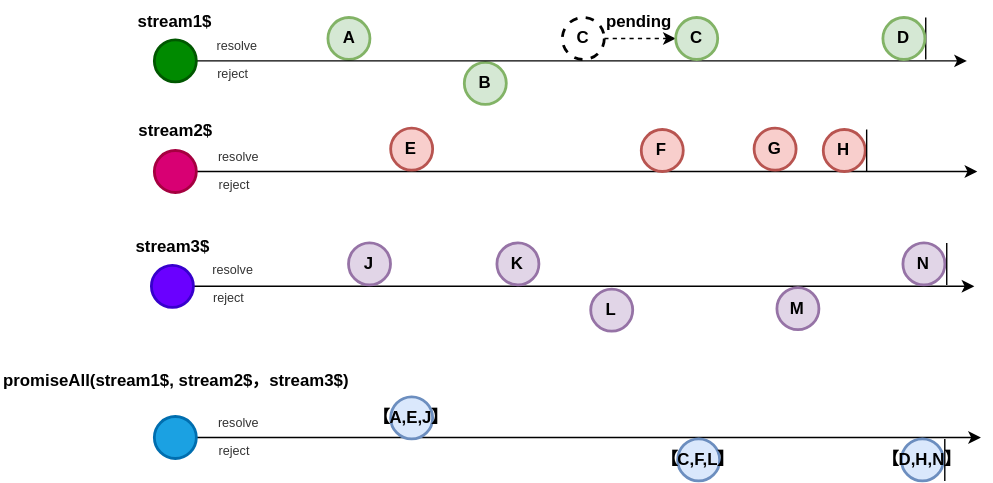
fluthjs/fluth-doc keeps this draw.io diagram as docs/public/promiseAll.drawio.svg. Above is the earlier version. Source tidied: cells renumbered, new cells last; positions are measured from the earlier drawing's top-left corner, leaving out a move shared by most shapes.
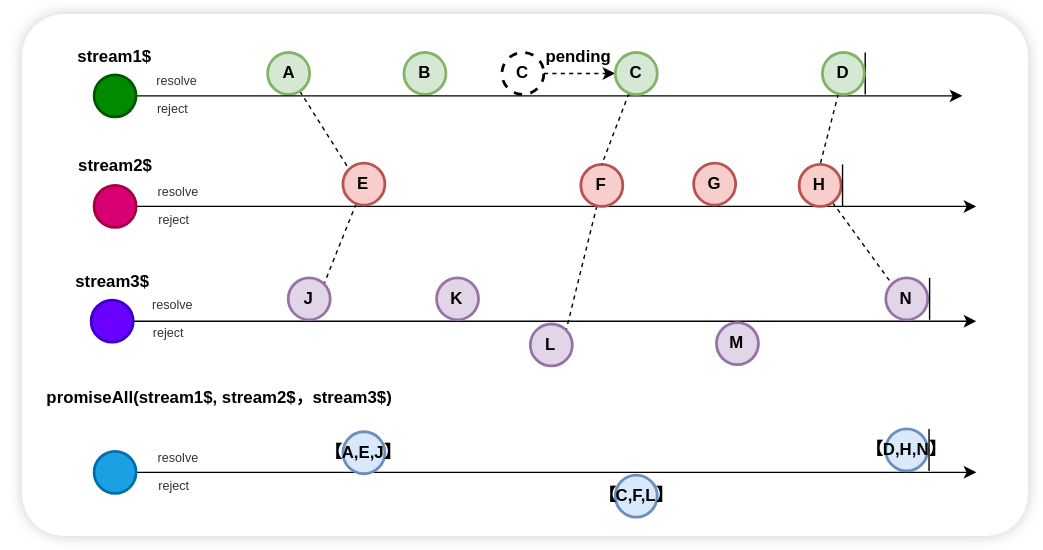
Above is the later version.

Change to the diagram source:
```diff
@@ -2,9 +2,12 @@
   <root>
     <mxCell id="0" />
     <mxCell id="1" parent="0" />
+    <mxCell id="45" style="rounded=1;whiteSpace=wrap;html=1;fontFamily=Helvetica;fontSize=11;fontColor=default;labelBackgroundColor=default;arcSize=8;shadow=1;glass=0;strokeColor=none;shadowOffsetX=0;shadowOffsetY=0;shadowBlur=5;shadowColor=#333333;" parent="1" vertex="1">
+      <mxGeometry x="58.1" y="-15.5" width="718.9" height="373" as="geometry" />
+    </mxCell>
     <mxCell id="2" style="edgeStyle=orthogonalEdgeStyle;rounded=0;jettySize=auto;html=1;exitX=1;exitY=0.5;exitDx=0;exitDy=0;" parent="1" edge="1" source="5">
       <mxGeometry relative="1" as="geometry">
-        <mxPoint x="697.4" y="122" as="targetPoint" />
+        <mxPoint x="740" y="122" as="targetPoint" />
         <Array as="points">
           <mxPoint x="149.4" y="122" />
         </Array>
@@ -19,11 +22,14 @@
     <mxCell id="5" style="ellipse;whiteSpace=wrap;html=1;strokeWidth=2;fontStyle=1;fillColor=#d80073;fontColor=#ffffff;strokeColor=#A50040;" parent="1" vertex="1">
       <mxGeometry x="109.6" y="107" width="30" height="30" as="geometry" />
     </mxCell>
+    <mxCell id="46" style="html=1;entryX=0;entryY=0;entryDx=0;entryDy=0;endArrow=none;endFill=0;dashed=1;" parent="1" edge="1" source="6" target="10">
+      <mxGeometry relative="1" as="geometry" />
+    </mxCell>
     <mxCell id="6" value="A" style="ellipse;whiteSpace=wrap;html=1;strokeWidth=2;fontStyle=1;fillColor=#d5e8d4;strokeColor=#82b366;" parent="1" vertex="1">
       <mxGeometry x="233.6" y="12" width="30" height="30" as="geometry" />
     </mxCell>
     <mxCell id="7" value="B" style="ellipse;whiteSpace=wrap;html=1;strokeWidth=2;fontStyle=1;fillColor=#d5e8d4;strokeColor=#82b366;" parent="1" vertex="1">
-      <mxGeometry x="331" y="44" width="30" height="30" as="geometry" />
+      <mxGeometry x="331" y="12" width="30" height="30" as="geometry" />
     </mxCell>
     <mxCell id="8" style="edgeStyle=none;html=1;entryX=0;entryY=0.5;entryDx=0;entryDy=0;dashed=1;" parent="1" edge="1" source="9" target="43">
       <mxGeometry relative="1" as="geometry" />
@@ -31,14 +37,23 @@
     <mxCell id="9" value="C" style="ellipse;whiteSpace=wrap;html=1;strokeWidth=2;fontStyle=1;dashed=1;" parent="1" vertex="1">
       <mxGeometry x="401" y="12" width="30" height="30" as="geometry" />
     </mxCell>
+    <mxCell id="47" style="html=1;entryX=1;entryY=0;entryDx=0;entryDy=0;endArrow=none;endFill=0;dashed=1;" parent="1" edge="1" source="10" target="35">
+      <mxGeometry relative="1" as="geometry" />
+    </mxCell>
     <mxCell id="10" value="E" style="ellipse;whiteSpace=wrap;html=1;strokeWidth=2;fontStyle=1;fillColor=#f8cecc;strokeColor=#b85450;" parent="1" vertex="1">
-      <mxGeometry x="278.4" y="91" width="30" height="30" as="geometry" />
+      <mxGeometry x="287.4" y="91" width="30" height="30" as="geometry" />
     </mxCell>
+    <mxCell id="48" style="html=1;entryX=1;entryY=0;entryDx=0;entryDy=0;dashed=1;endArrow=none;endFill=0;" parent="1" edge="1" source="11" target="39">
+      <mxGeometry relative="1" as="geometry" />
+    </mxCell>
     <mxCell id="11" value="F" style="ellipse;whiteSpace=wrap;html=1;strokeWidth=2;fontStyle=1;fillColor=#f8cecc;strokeColor=#b85450;" parent="1" vertex="1">
       <mxGeometry x="457.4" y="92" width="30" height="30" as="geometry" />
     </mxCell>
+    <mxCell id="49" style="html=1;entryX=0;entryY=0;entryDx=0;entryDy=0;dashed=1;endArrow=none;endFill=0;" parent="1" edge="1" source="12" target="41">
+      <mxGeometry relative="1" as="geometry" />
+    </mxCell>
     <mxCell id="12" value="H" style="ellipse;whiteSpace=wrap;html=1;strokeWidth=2;fontStyle=1;fillColor=#f8cecc;strokeColor=#b85450;" parent="1" vertex="1">
-      <mxGeometry x="587.4" y="92" width="30" height="30" as="geometry" />
+      <mxGeometry x="613.4" y="92" width="30" height="30" as="geometry" />
     </mxCell>
     <mxCell id="13" style="endArrow=none;html=1;rounded=0;strokeWidth=1;" parent="1" edge="1">
       <mxGeometry relative="1" as="geometry">
@@ -48,34 +63,34 @@
     </mxCell>
     <mxCell id="14" style="endArrow=none;html=1;rounded=0;strokeWidth=1;" parent="1" edge="1">
       <mxGeometry relative="1" as="geometry">
-        <mxPoint x="618.4" y="122" as="sourcePoint" />
-        <mxPoint x="618.4" y="92" as="targetPoint" />
+        <mxPoint x="644.4" y="122" as="sourcePoint" />
+        <mxPoint x="644.4" y="92" as="targetPoint" />
       </mxGeometry>
     </mxCell>
     <mxCell id="15" value="promiseAll(stream1$, stream2$，stream3$)" style="text;whiteSpace=wrap;strokeWidth=1;fontStyle=1;" parent="1" vertex="1">
-      <mxGeometry y="258" width="260" height="32" as="geometry" />
+      <mxGeometry x="74" y="245" width="260" height="32" as="geometry" />
     </mxCell>
     <mxCell id="16" style="edgeStyle=orthogonalEdgeStyle;rounded=0;jettySize=auto;html=1;" parent="1" edge="1" source="17">
       <mxGeometry relative="1" as="geometry">
-        <mxPoint x="700" y="312" as="targetPoint" />
+        <mxPoint x="740" y="312" as="targetPoint" />
       </mxGeometry>
     </mxCell>
     <mxCell id="17" style="ellipse;whiteSpace=wrap;html=1;strokeWidth=2;fontStyle=1;fillColor=#1ba1e2;fontColor=#ffffff;strokeColor=#006EAF;" parent="1" vertex="1">
       <mxGeometry x="109.6" y="297" width="30" height="30" as="geometry" />
     </mxCell>
     <mxCell id="18" value="&lt;span style=&quot;color: rgb(0, 0, 0);&quot;&gt;【A,E,J】&lt;/span&gt;" style="ellipse;whiteSpace=wrap;html=1;strokeWidth=2;fontStyle=1;fillColor=#dae8fc;strokeColor=#6c8ebf;" parent="1" vertex="1">
-      <mxGeometry x="278.4" y="283" width="30" height="30" as="geometry" />
+      <mxGeometry x="287.4" y="283" width="30" height="30" as="geometry" />
     </mxCell>
     <mxCell id="19" value="&lt;span style=&quot;color: rgb(0, 0, 0);&quot;&gt;【C,F,L】&lt;/span&gt;" style="ellipse;whiteSpace=wrap;html=1;strokeWidth=2;fontStyle=1;fillColor=#dae8fc;strokeColor=#6c8ebf;" parent="1" vertex="1">
-      <mxGeometry x="483.4" y="313" width="30" height="30" as="geometry" />
+      <mxGeometry x="482" y="314" width="30" height="30" as="geometry" />
     </mxCell>
     <mxCell id="20" value="&lt;span style=&quot;color: rgb(0, 0, 0);&quot;&gt;【D,H,N】&lt;/span&gt;" style="ellipse;whiteSpace=wrap;html=1;strokeWidth=2;fontStyle=1;fillColor=#dae8fc;strokeColor=#6c8ebf;" parent="1" vertex="1">
-      <mxGeometry x="643.2" y="313" width="30" height="30" as="geometry" />
+      <mxGeometry x="675.2" y="281" width="30" height="30" as="geometry" />
     </mxCell>
     <mxCell id="21" style="endArrow=none;html=1;rounded=0;strokeWidth=1;" parent="1" edge="1">
       <mxGeometry relative="1" as="geometry">
-        <mxPoint x="674.2" y="343" as="sourcePoint" />
-        <mxPoint x="674.2" y="313" as="targetPoint" />
+        <mxPoint x="706.2" y="311" as="sourcePoint" />
+        <mxPoint x="706.2" y="281" as="targetPoint" />
       </mxGeometry>
     </mxCell>
     <mxCell id="22" value="resolve" style="text;html=1;align=center;verticalAlign=middle;whiteSpace=wrap;rounded=0;fontSize=9;fontColor=#333333;" parent="1" vertex="1">
@@ -86,7 +101,7 @@
     </mxCell>
     <mxCell id="24" style="edgeStyle=orthogonalEdgeStyle;rounded=0;jettySize=auto;html=1;" parent="1" edge="1" source="25">
       <mxGeometry relative="1" as="geometry">
-        <mxPoint x="690" y="43" as="targetPoint" />
+        <mxPoint x="730" y="43" as="targetPoint" />
       </mxGeometry>
     </mxCell>
     <mxCell id="25" style="ellipse;whiteSpace=wrap;html=1;strokeWidth=2;fontStyle=1;fillColor=#008a00;fontColor=#ffffff;strokeColor=#005700;" parent="1" vertex="1">
@@ -104,6 +119,9 @@
     <mxCell id="29" value="reject" style="text;html=1;align=center;verticalAlign=middle;whiteSpace=wrap;rounded=0;fontSize=9;fontColor=#333333;" parent="1" vertex="1">
       <mxGeometry x="137.3" y="307" width="60" height="30" as="geometry" />
     </mxCell>
+    <mxCell id="50" style="html=1;entryX=0.5;entryY=0;entryDx=0;entryDy=0;dashed=1;endArrow=none;endFill=0;" parent="1" edge="1" source="30" target="12">
+      <mxGeometry relative="1" as="geometry" />
+    </mxCell>
     <mxCell id="30" value="D" style="ellipse;whiteSpace=wrap;html=1;strokeWidth=2;fontStyle=1;fillColor=#d5e8d4;strokeColor=#82b366;" parent="1" vertex="1">
       <mxGeometry x="630" y="12" width="30" height="30" as="geometry" />
     </mxCell>
@@ -112,7 +130,7 @@
     </mxCell>
     <mxCell id="32" style="edgeStyle=orthogonalEdgeStyle;rounded=0;jettySize=auto;html=1;exitX=1;exitY=0.5;exitDx=0;exitDy=0;" parent="1" edge="1" source="34">
       <mxGeometry relative="1" as="geometry">
-        <mxPoint x="695.3" y="204" as="targetPoint" />
+        <mxPoint x="740" y="204" as="targetPoint" />
         <Array as="points">
           <mxPoint x="147.3" y="204" />
         </Array>
@@ -143,14 +161,17 @@
       <mxGeometry x="554.3" y="205" width="30" height="30" as="geometry" />
     </mxCell>
     <mxCell id="41" value="N" style="ellipse;whiteSpace=wrap;html=1;strokeWidth=2;fontStyle=1;fillColor=#e1d5e7;strokeColor=#9673a6;" parent="1" vertex="1">
-      <mxGeometry x="644.3" y="173" width="30" height="30" as="geometry" />
+      <mxGeometry x="675.3" y="173" width="30" height="30" as="geometry" />
     </mxCell>
     <mxCell id="42" style="endArrow=none;html=1;rounded=0;strokeWidth=1;" parent="1" edge="1">
       <mxGeometry relative="1" as="geometry">
-        <mxPoint x="675.6" y="203" as="sourcePoint" />
-        <mxPoint x="675.6" y="173" as="targetPoint" />
+        <mxPoint x="706.6" y="203" as="sourcePoint" />
+        <mxPoint x="706.6" y="173" as="targetPoint" />
       </mxGeometry>
     </mxCell>
+    <mxCell id="51" style="html=1;entryX=0.5;entryY=0;entryDx=0;entryDy=0;dashed=1;endArrow=none;endFill=0;" parent="1" edge="1" source="43" target="11">
+      <mxGeometry relative="1" as="geometry" />
+    </mxCell>
     <mxCell id="43" value="C" style="ellipse;whiteSpace=wrap;html=1;strokeWidth=2;fontStyle=1;fillColor=#d5e8d4;strokeColor=#82b366;" parent="1" vertex="1">
       <mxGeometry x="482" y="12" width="30" height="30" as="geometry" />
     </mxCell>
```
